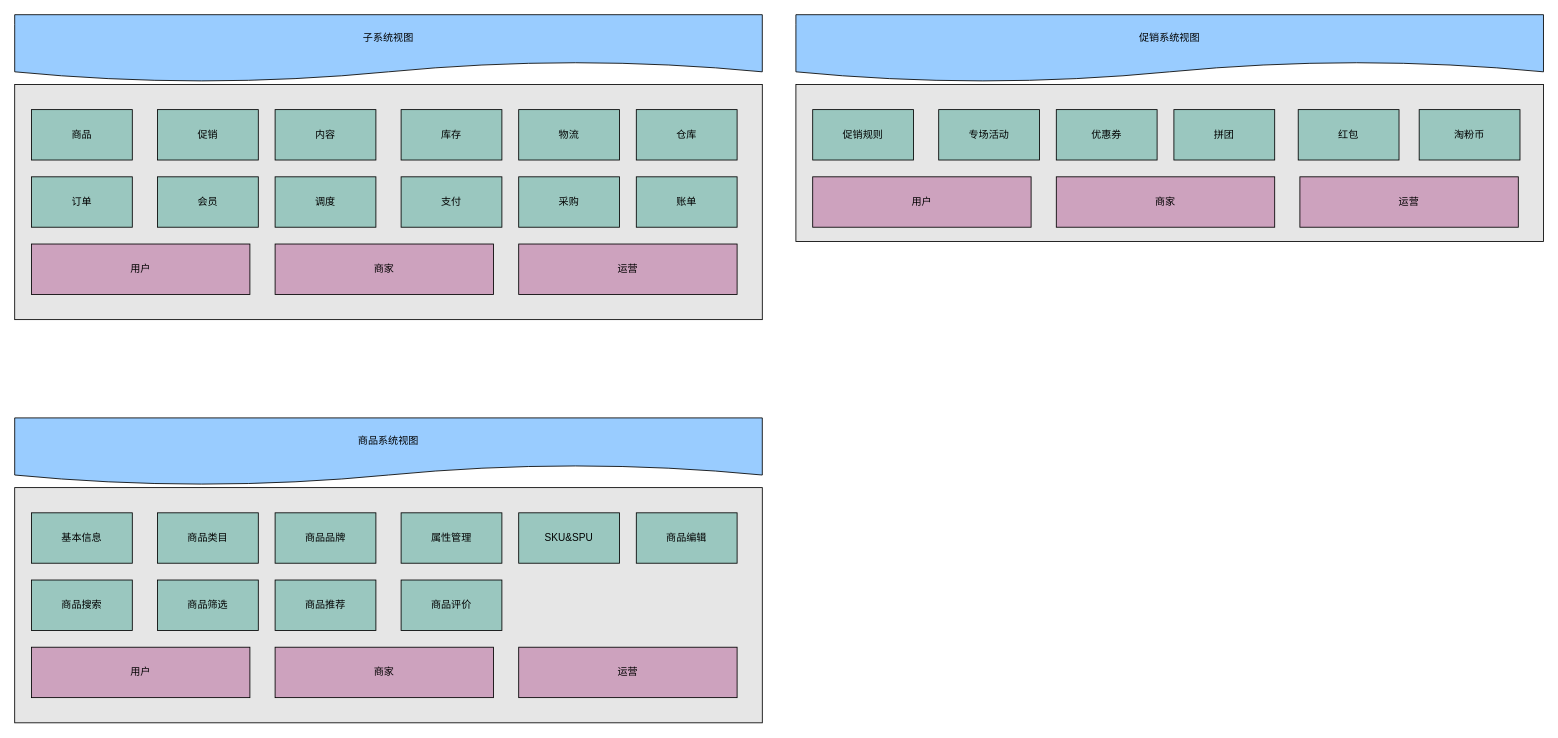
The draw.io diagram page "overview" (1 of 5) of diagram/dragon.drawio in ab-doc/draw.io, before the edit. Source tidied: cells renumbered, new cells numbered last; positions are measured from the earlier drawing's top-left corner, leaving out a move shared by most shapes. Both pictures are drawn from the tidied source at 84%, with x=0, y=0 at pixel (14, 14).
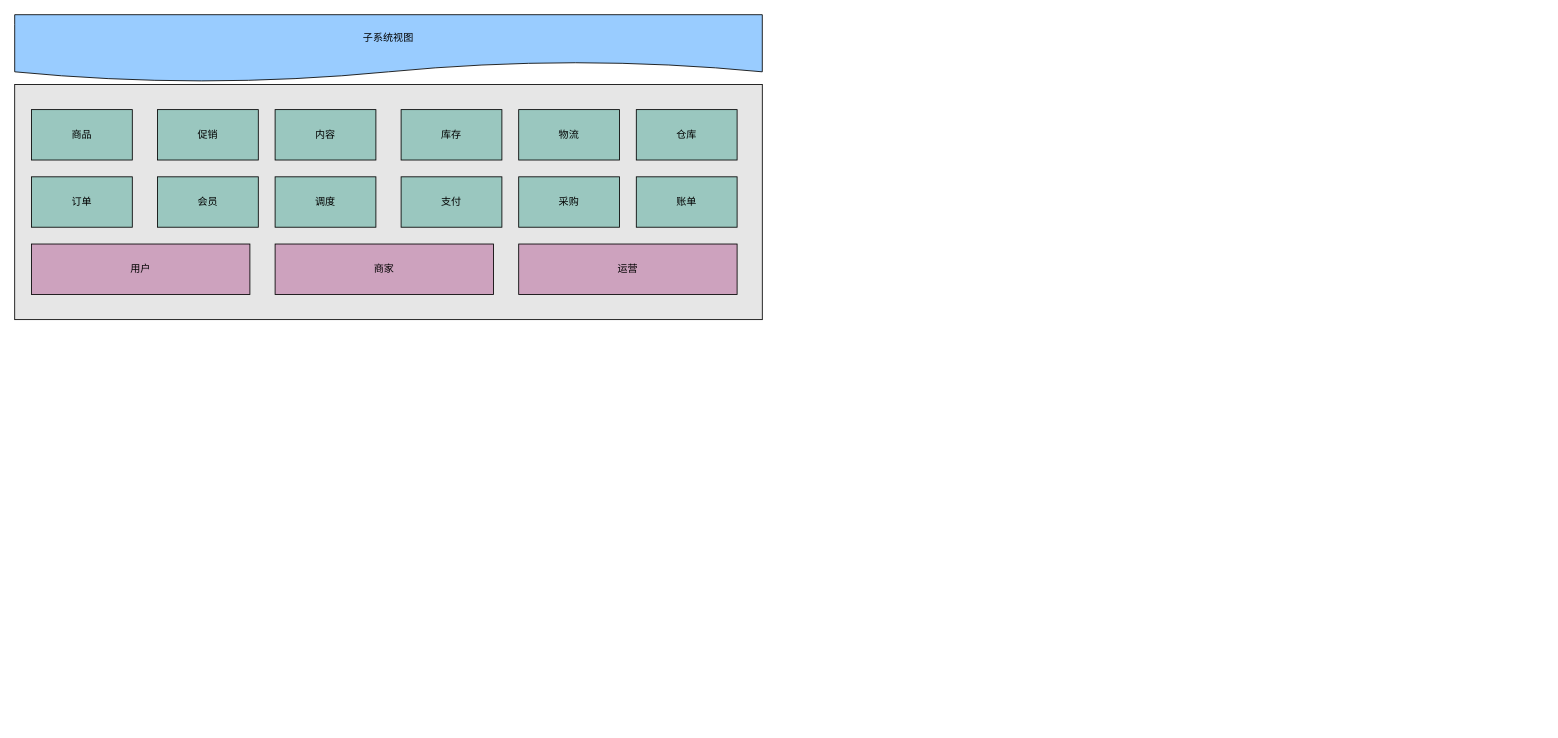
The same page after the edit.

Change to the diagram source:
```diff
@@
-    <mxCell id="22" style="group;" parent="1" vertex="1">
-      <mxGeometry y="480" width="890" height="363" as="geometry" />
-    </mxCell>
-    <mxCell id="23" value="商品系统视图" style="shape=document;whiteSpace=wrap;html=1;boundedLbl=1;rounded=0;fillColor=#99CCFF;" parent="22" vertex="1">
-      <mxGeometry width="890" height="80" as="geometry" />
-    </mxCell>
-    <mxCell id="24" style="rounded=0;whiteSpace=wrap;html=1;fillColor=#E6E6E6;" parent="22" vertex="1">
-      <mxGeometry y="83" width="890" height="280" as="geometry" />
-    </mxCell>
-    <mxCell id="25" value="基本信息" style="rounded=0;whiteSpace=wrap;html=1;fillColor=#9AC7BF;" parent="22" vertex="1">
-      <mxGeometry x="20" y="113" width="120" height="60" as="geometry" />
-    </mxCell>
-    <mxCell id="26" value="商品类目" style="rounded=0;whiteSpace=wrap;html=1;fillColor=#9AC7BF;" parent="22" vertex="1">
-      <mxGeometry x="170" y="113" width="120" height="60" as="geometry" />
-    </mxCell>
-    <mxCell id="27" value="商品品牌" style="rounded=0;whiteSpace=wrap;html=1;fillColor=#9AC7BF;" parent="22" vertex="1">
-      <mxGeometry x="310" y="113" width="120" height="60" as="geometry" />
-    </mxCell>
-    <mxCell id="28" value="属性管理" style="rounded=0;whiteSpace=wrap;html=1;fillColor=#9AC7BF;" parent="22" vertex="1">
-      <mxGeometry x="460" y="113" width="120" height="60" as="geometry" />
-    </mxCell>
-    <mxCell id="29" value="SKU&amp;amp;SPU" style="rounded=0;whiteSpace=wrap;html=1;fillColor=#9AC7BF;" parent="22" vertex="1">
-      <mxGeometry x="600" y="113" width="120" height="60" as="geometry" />
-    </mxCell>
-    <mxCell id="30" value="商品编辑" style="rounded=0;whiteSpace=wrap;html=1;fillColor=#9AC7BF;" parent="22" vertex="1">
-      <mxGeometry x="740" y="113" width="120" height="60" as="geometry" />
-    </mxCell>
-    <mxCell id="31" value="商品搜索" style="rounded=0;whiteSpace=wrap;html=1;fillColor=#9AC7BF;" parent="22" vertex="1">
-      <mxGeometry x="20" y="193" width="120" height="60" as="geometry" />
-    </mxCell>
-    <mxCell id="32" value="商品筛选" style="rounded=0;whiteSpace=wrap;html=1;fillColor=#9AC7BF;" parent="22" vertex="1">
-      <mxGeometry x="170" y="193" width="120" height="60" as="geometry" />
-    </mxCell>
-    <mxCell id="33" value="商品推荐" style="rounded=0;whiteSpace=wrap;html=1;fillColor=#9AC7BF;" parent="22" vertex="1">
-      <mxGeometry x="310" y="193" width="120" height="60" as="geometry" />
-    </mxCell>
-    <mxCell id="34" value="商品评价" style="rounded=0;whiteSpace=wrap;html=1;fillColor=#9AC7BF;" parent="22" vertex="1">
-      <mxGeometry x="460" y="193" width="120" height="60" as="geometry" />
-    </mxCell>
-    <mxCell id="35" value="用户" style="rounded=0;whiteSpace=wrap;html=1;fillColor=#CDA2BE;" parent="22" vertex="1">
-      <mxGeometry x="20" y="273" width="260" height="60" as="geometry" />
-    </mxCell>
-    <mxCell id="36" value="商家" style="rounded=0;whiteSpace=wrap;html=1;fillColor=#CDA2BE;" parent="22" vertex="1">
-      <mxGeometry x="310" y="273" width="260" height="60" as="geometry" />
-    </mxCell>
-    <mxCell id="37" value="运营" style="rounded=0;whiteSpace=wrap;html=1;fillColor=#CDA2BE;" parent="22" vertex="1">
-      <mxGeometry x="600" y="273" width="260" height="60" as="geometry" />
-    </mxCell>
-    <mxCell id="38" style="group;" parent="1" vertex="1">
-      <mxGeometry x="930" width="890" height="270" as="geometry" />
-    </mxCell>
-    <mxCell id="39" value="促销系统视图" style="shape=document;whiteSpace=wrap;html=1;boundedLbl=1;rounded=0;fillColor=#99CCFF;" parent="38" vertex="1">
-      <mxGeometry width="890" height="80" as="geometry" />
-    </mxCell>
-    <mxCell id="40" style="rounded=0;whiteSpace=wrap;html=1;fillColor=#E6E6E6;" parent="38" vertex="1">
-      <mxGeometry y="83" width="890" height="187" as="geometry" />
-    </mxCell>
-    <mxCell id="41" value="促销规则" style="rounded=0;whiteSpace=wrap;html=1;fillColor=#9AC7BF;" parent="38" vertex="1">
-      <mxGeometry x="20" y="113" width="120" height="60" as="geometry" />
-    </mxCell>
-    <mxCell id="42" value="专场活动" style="rounded=0;whiteSpace=wrap;html=1;fillColor=#9AC7BF;" parent="38" vertex="1">
-      <mxGeometry x="170" y="113" width="120" height="60" as="geometry" />
-    </mxCell>
-    <mxCell id="43" value="优惠券" style="rounded=0;whiteSpace=wrap;html=1;fillColor=#9AC7BF;" parent="38" vertex="1">
-      <mxGeometry x="310" y="113" width="120" height="60" as="geometry" />
-    </mxCell>
-    <mxCell id="44" value="拼团" style="rounded=0;whiteSpace=wrap;html=1;fillColor=#9AC7BF;" parent="38" vertex="1">
-      <mxGeometry x="450" y="113" width="120" height="60" as="geometry" />
-    </mxCell>
-    <mxCell id="45" value="用户" style="rounded=0;whiteSpace=wrap;html=1;fillColor=#CDA2BE;" parent="38" vertex="1">
-      <mxGeometry x="20" y="193" width="260" height="60" as="geometry" />
-    </mxCell>
-    <mxCell id="46" value="商家" style="rounded=0;whiteSpace=wrap;html=1;fillColor=#CDA2BE;" parent="38" vertex="1">
-      <mxGeometry x="310" y="193" width="260" height="60" as="geometry" />
-    </mxCell>
-    <mxCell id="47" value="运营" style="rounded=0;whiteSpace=wrap;html=1;fillColor=#CDA2BE;" parent="38" vertex="1">
-      <mxGeometry x="600" y="193" width="260" height="60" as="geometry" />
-    </mxCell>
-    <mxCell id="48" value="红包" style="rounded=0;whiteSpace=wrap;html=1;fillColor=#9AC7BF;" parent="38" vertex="1">
-      <mxGeometry x="598" y="113" width="120" height="60" as="geometry" />
-    </mxCell>
-    <mxCell id="49" value="淘粉币" style="rounded=0;whiteSpace=wrap;html=1;fillColor=#9AC7BF;" parent="38" vertex="1">
-      <mxGeometry x="742" y="113" width="120" height="60" as="geometry" />
-    </mxCell>
```
